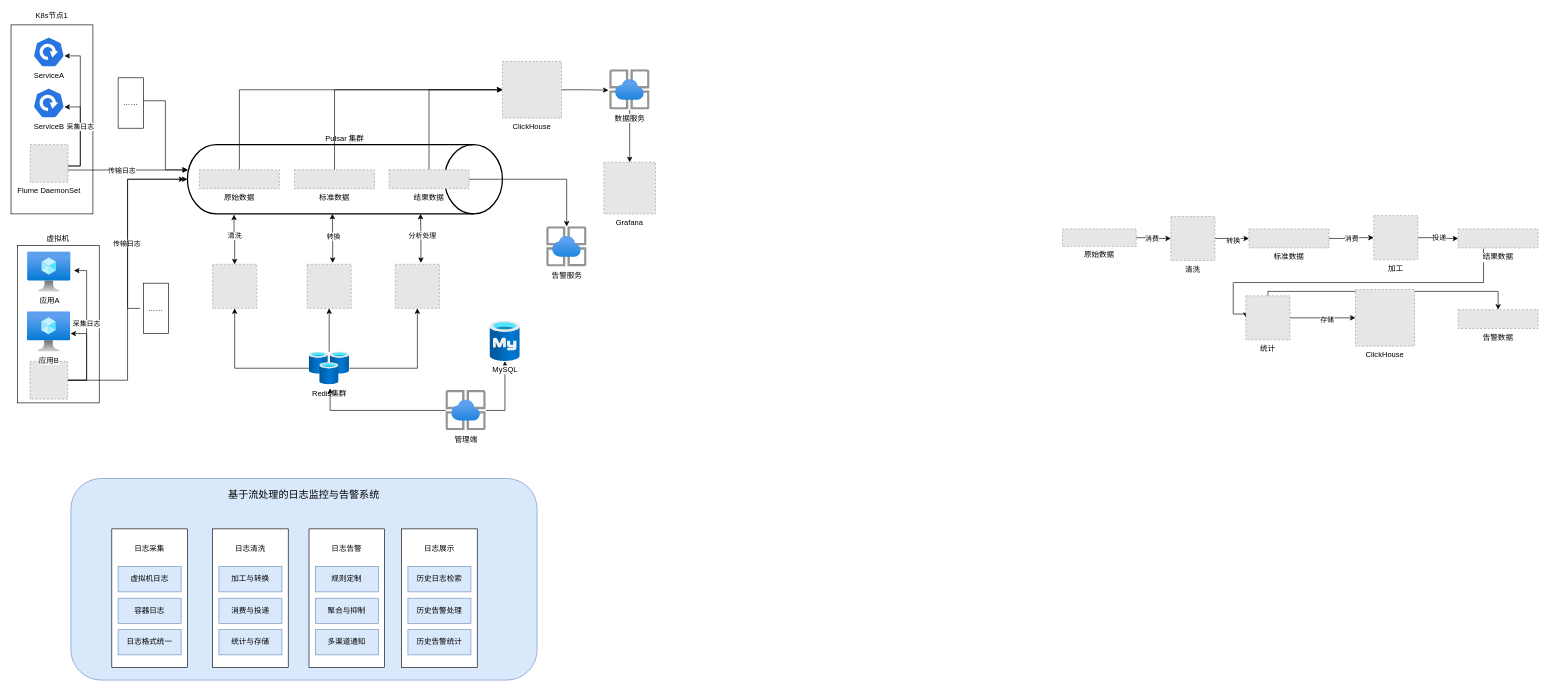
Earlier version of the draw.io diagram DrawIO/flume-pulsar-flink.drawio (LancePeng42/Pic-Bed). Source tidied: cells renumbered, new cells numbered last; positions are measured from the earlier drawing's top-left corner, leaving out a move shared by most shapes. Both pictures are drawn from the tidied source at 63%, with x=0, y=0 at pixel (11, 25). Pictures stored in the file or linked from it are replaced by grey dashed boxes.
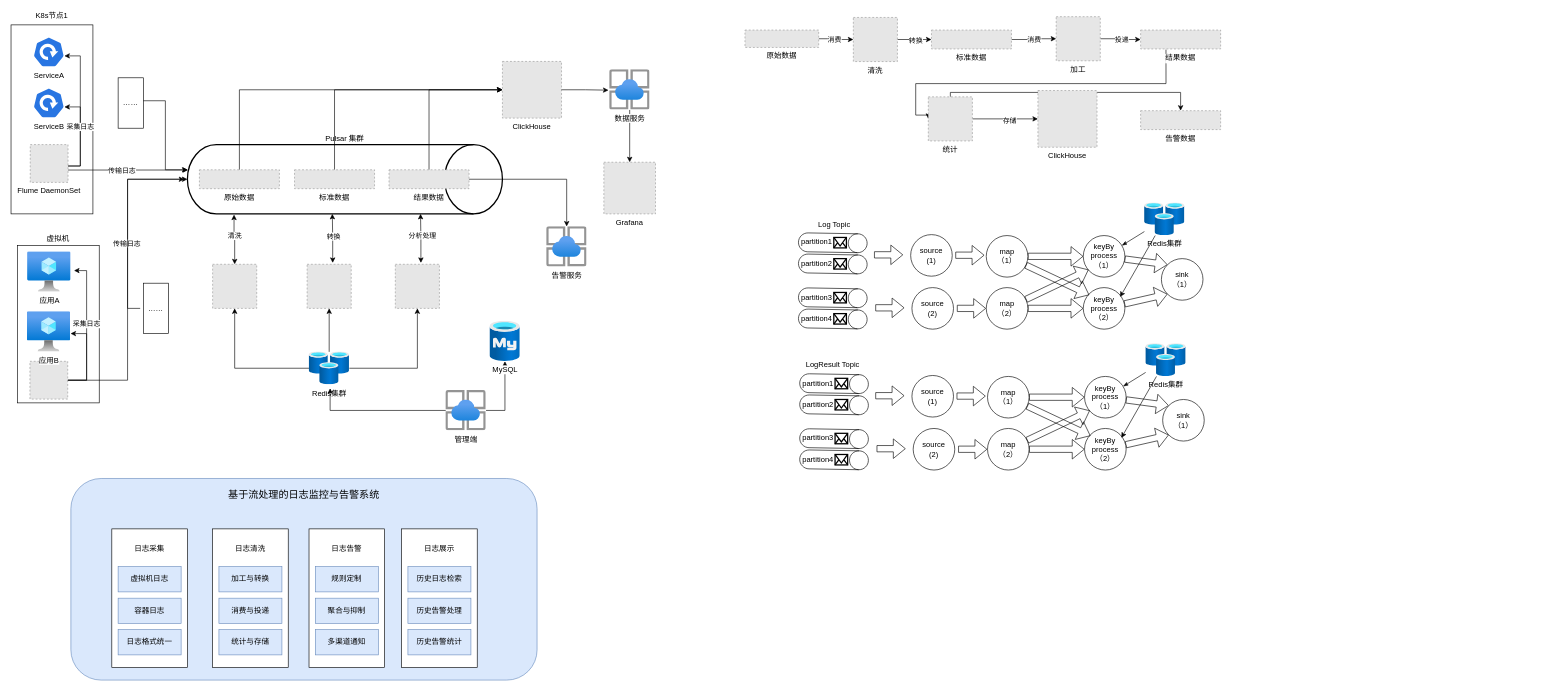
After the change.

What changed in the source:
```diff
@@
     <mxCell id="74" value="清洗" style="fillColor=#E6E6E6;strokeColor=#999999;dashed=1;verticalLabelPosition=bottom;labelBackgroundColor=default;verticalAlign=top;" parent="1" vertex="1">
-      <mxGeometry x="1841" y="304" width="70" height="70" as="geometry" />
+      <mxGeometry x="1337" y="-11.8" width="70" height="70" as="geometry" />
     </mxCell>
@@
     <mxCell id="77" value="原始数据" style="fillColor=#E6E6E6;strokeColor=#999999;dashed=1;verticalLabelPosition=bottom;labelBackgroundColor=default;verticalAlign=top;" parent="1" vertex="1">
-      <mxGeometry x="1669" y="324" width="117" height="27.6" as="geometry" />
+      <mxGeometry x="1165" y="8.2" width="117" height="27.6" as="geometry" />
     </mxCell>
@@
     <mxCell id="80" value="标准数据" style="fillColor=#E6E6E6;strokeColor=#999999;dashed=1;verticalLabelPosition=bottom;labelBackgroundColor=default;verticalAlign=top;" parent="1" vertex="1">
-      <mxGeometry x="1965" y="324" width="127" height="30" as="geometry" />
+      <mxGeometry x="1461" y="8.2" width="127" height="30" as="geometry" />
     </mxCell>
@@
     <mxCell id="83" value="加工" style="fillColor=#E6E6E6;strokeColor=#999999;dashed=1;verticalLabelPosition=bottom;labelBackgroundColor=default;verticalAlign=top;" parent="1" vertex="1">
-      <mxGeometry x="2163" y="302.8" width="70" height="70" as="geometry" />
+      <mxGeometry x="1659" y="-13" width="70" height="70" as="geometry" />
     </mxCell>
     <mxCell id="84" style="edgeStyle=orthogonalEdgeStyle;rounded=0;jettySize=auto;html=1;entryX=0;entryY=0.5;entryDx=0;entryDy=0;exitX=0.317;exitY=1.033;exitDx=0;exitDy=0;exitPerimeter=0;" parent="1" edge="1" source="85" target="89">
       <mxGeometry relative="1" as="geometry">
         <Array as="points">
-          <mxPoint x="2337" y="409" />
-          <mxPoint x="1940" y="409" />
-          <mxPoint x="1940" y="459" />
-          <mxPoint x="1960" y="459" />
+          <mxPoint x="1833" y="93.2" />
+          <mxPoint x="1436" y="93.2" />
+          <mxPoint x="1436" y="143.2" />
+          <mxPoint x="1456" y="143.2" />
         </Array>
       </mxGeometry>
     </mxCell>
     <mxCell id="85" value="结果数据" style="fillColor=#E6E6E6;strokeColor=#999999;dashed=1;verticalLabelPosition=bottom;labelBackgroundColor=default;verticalAlign=top;" parent="1" vertex="1">
-      <mxGeometry x="2297" y="324" width="127" height="30" as="geometry" />
+      <mxGeometry x="1793" y="8.2" width="127" height="30" as="geometry" />
     </mxCell>
@@
     <mxCell id="88" style="edgeStyle=orthogonalEdgeStyle;rounded=0;jettySize=auto;html=1;entryX=0.5;entryY=0;entryDx=0;entryDy=0;" parent="1" edge="1" source="89" target="91">
       <mxGeometry relative="1" as="geometry">
         <Array as="points">
-          <mxPoint x="1995" y="423" />
-          <mxPoint x="2361" y="423" />
+          <mxPoint x="1491" y="107.2" />
+          <mxPoint x="1857" y="107.2" />
         </Array>
       </mxGeometry>
     </mxCell>
     <mxCell id="89" value="统计" style="fillColor=#E6E6E6;strokeColor=#999999;dashed=1;verticalLabelPosition=bottom;labelBackgroundColor=default;verticalAlign=top;" parent="1" vertex="1">
-      <mxGeometry x="1960" y="430" width="70" height="70" as="geometry" />
+      <mxGeometry x="1456" y="114.2" width="70" height="70" as="geometry" />
     </mxCell>
     <mxCell id="90" value="ClickHouse" style="fillColor=#E6E6E6;strokeColor=#999999;dashed=1;verticalLabelPosition=bottom;labelBackgroundColor=default;verticalAlign=top;" parent="1" vertex="1">
-      <mxGeometry x="2134" y="420" width="93.8" height="90" as="geometry" />
+      <mxGeometry x="1630" y="104.2" width="93.8" height="90" as="geometry" />
     </mxCell>
     <mxCell id="91" value="告警数据" style="fillColor=#E6E6E6;strokeColor=#999999;dashed=1;verticalLabelPosition=bottom;labelBackgroundColor=default;verticalAlign=top;" parent="1" vertex="1">
-      <mxGeometry x="2297" y="452" width="127" height="30" as="geometry" />
+      <mxGeometry x="1793" y="136.2" width="127" height="30" as="geometry" />
     </mxCell>
+    <mxCell id="92" style="shape=cylinder3;whiteSpace=wrap;html=1;boundedLbl=1;backgroundOutline=1;size=15;rotation=91;" parent="1" vertex="1">
+      <mxGeometry x="1289.4" y="291.4" width="30" height="109" as="geometry" />
+    </mxCell>
+    <mxCell id="93" style="shape=flexArrow;endArrow=classic;html=1;rounded=0;" parent="1" edge="1">
+      <mxGeometry relative="1" as="geometry">
+        <mxPoint x="1370" y="365" as="sourcePoint" />
+        <mxPoint x="1416" y="365" as="targetPoint" />
+      </mxGeometry>
+    </mxCell>
+    <mxCell id="94" value="source&lt;br&gt;(1)" style="ellipse;whiteSpace=wrap;html=1;" parent="1" vertex="1">
+      <mxGeometry x="1428" y="332.9" width="66" height="66" as="geometry" />
+    </mxCell>
+    <mxCell id="95" style="html=1;verticalLabelPosition=bottom;align=center;labelBackgroundColor=#ffffff;verticalAlign=top;strokeWidth=2;strokeColor=#000000;shadow=0;dashed=0;shape=mxgraph.ios7.icons.mail;" parent="1" vertex="1">
+      <mxGeometry x="1306" y="337.4" width="20" height="16.6" as="geometry" />
+    </mxCell>
+    <mxCell id="96" value="partition1" style="text;html=1;strokeColor=none;fillColor=none;align=center;verticalAlign=middle;whiteSpace=wrap;rounded=0;" parent="1" vertex="1">
+      <mxGeometry x="1259" y="337.4" width="40" height="16" as="geometry" />
+    </mxCell>
+    <mxCell id="97" style="shape=cylinder3;whiteSpace=wrap;html=1;boundedLbl=1;backgroundOutline=1;size=15;rotation=91;" parent="1" vertex="1">
+      <mxGeometry x="1289.4" y="325" width="30" height="109" as="geometry" />
+    </mxCell>
+    <mxCell id="98" style="html=1;verticalLabelPosition=bottom;align=center;labelBackgroundColor=#ffffff;verticalAlign=top;strokeWidth=2;strokeColor=#000000;shadow=0;dashed=0;shape=mxgraph.ios7.icons.mail;" parent="1" vertex="1">
+      <mxGeometry x="1306" y="371" width="20" height="16.6" as="geometry" />
+    </mxCell>
+    <mxCell id="99" value="partition2" style="text;html=1;strokeColor=none;fillColor=none;align=center;verticalAlign=middle;whiteSpace=wrap;rounded=0;" parent="1" vertex="1">
+      <mxGeometry x="1259" y="371" width="40" height="16" as="geometry" />
+    </mxCell>
+    <mxCell id="100" value="Log Topic" style="text;html=1;strokeColor=none;fillColor=none;align=center;verticalAlign=middle;whiteSpace=wrap;rounded=0;" parent="1" vertex="1">
+      <mxGeometry x="1277" y="303" width="60" height="30" as="geometry" />
+    </mxCell>
+    <mxCell id="101" style="shape=cylinder3;whiteSpace=wrap;html=1;boundedLbl=1;backgroundOutline=1;size=15;rotation=91;" parent="1" vertex="1">
+      <mxGeometry x="1289.4" y="378.7" width="30" height="109" as="geometry" />
+    </mxCell>
+    <mxCell id="102" style="html=1;verticalLabelPosition=bottom;align=center;labelBackgroundColor=#ffffff;verticalAlign=top;strokeWidth=2;strokeColor=#000000;shadow=0;dashed=0;shape=mxgraph.ios7.icons.mail;" parent="1" vertex="1">
+      <mxGeometry x="1306" y="424.7" width="20" height="16.6" as="geometry" />
+    </mxCell>
+    <mxCell id="103" value="partition3" style="text;html=1;strokeColor=none;fillColor=none;align=center;verticalAlign=middle;whiteSpace=wrap;rounded=0;" parent="1" vertex="1">
+      <mxGeometry x="1259" y="424.7" width="40" height="16" as="geometry" />
+    </mxCell>
+    <mxCell id="104" style="shape=cylinder3;whiteSpace=wrap;html=1;boundedLbl=1;backgroundOutline=1;size=15;rotation=91;" parent="1" vertex="1">
+      <mxGeometry x="1289.4" y="412.3" width="30" height="109" as="geometry" />
+    </mxCell>
+    <mxCell id="105" style="html=1;verticalLabelPosition=bottom;align=center;labelBackgroundColor=#ffffff;verticalAlign=top;strokeWidth=2;strokeColor=#000000;shadow=0;dashed=0;shape=mxgraph.ios7.icons.mail;" parent="1" vertex="1">
+      <mxGeometry x="1306" y="458.3" width="20" height="16.6" as="geometry" />
+    </mxCell>
+    <mxCell id="106" value="partition4" style="text;html=1;strokeColor=none;fillColor=none;align=center;verticalAlign=middle;whiteSpace=wrap;rounded=0;" parent="1" vertex="1">
+      <mxGeometry x="1259" y="458.3" width="40" height="16" as="geometry" />
+    </mxCell>
+    <mxCell id="107" style="shape=flexArrow;endArrow=classic;html=1;rounded=0;" parent="1" edge="1">
+      <mxGeometry relative="1" as="geometry">
+        <mxPoint x="1372" y="449.1" as="sourcePoint" />
+        <mxPoint x="1418" y="449.1" as="targetPoint" />
+      </mxGeometry>
+    </mxCell>
+    <mxCell id="108" value="source&lt;br&gt;(2)" style="ellipse;whiteSpace=wrap;html=1;" parent="1" vertex="1">
+      <mxGeometry x="1430" y="417" width="66" height="66" as="geometry" />
+    </mxCell>
+    <mxCell id="109" style="edgeStyle=orthogonalEdgeStyle;rounded=0;jettySize=auto;html=1;entryX=0;entryY=0.5;entryDx=0;entryDy=0;shape=flexArrow;" parent="1" edge="1" source="110" target="117">
+      <mxGeometry relative="1" as="geometry" />
+    </mxCell>
+    <mxCell id="110" value="map&lt;br&gt;（1）" style="ellipse;whiteSpace=wrap;html=1;" parent="1" vertex="1">
+      <mxGeometry x="1548" y="334.4" width="66" height="66" as="geometry" />
+    </mxCell>
+    <mxCell id="111" style="edgeStyle=orthogonalEdgeStyle;rounded=0;jettySize=auto;html=1;entryX=0;entryY=0.5;entryDx=0;entryDy=0;shape=flexArrow;" parent="1" edge="1" source="112" target="119">
+      <mxGeometry relative="1" as="geometry" />
+    </mxCell>
+    <mxCell id="112" value="map&lt;br&gt;（2）" style="ellipse;whiteSpace=wrap;html=1;" parent="1" vertex="1">
+      <mxGeometry x="1548" y="417" width="66" height="66" as="geometry" />
+    </mxCell>
+    <mxCell id="113" style="shape=flexArrow;endArrow=classic;html=1;rounded=0;" parent="1" edge="1">
+      <mxGeometry relative="1" as="geometry">
+        <mxPoint x="1499" y="365.6" as="sourcePoint" />
+        <mxPoint x="1545" y="365.6" as="targetPoint" />
+      </mxGeometry>
+    </mxCell>
+    <mxCell id="114" style="shape=flexArrow;endArrow=classic;html=1;rounded=0;" parent="1" edge="1">
+      <mxGeometry relative="1" as="geometry">
+        <mxPoint x="1501.5" y="450" as="sourcePoint" />
+        <mxPoint x="1547.5" y="450" as="targetPoint" />
+      </mxGeometry>
+    </mxCell>
+    <mxCell id="115" style="rounded=0;jettySize=auto;html=1;entryX=0;entryY=0;entryDx=0;entryDy=0;shape=flexArrow;" parent="1" edge="1" source="117" target="122">
+      <mxGeometry relative="1" as="geometry" />
+    </mxCell>
+    <mxCell id="116" style="rounded=0;jettySize=auto;html=1;startArrow=classicThin;startFill=1;endArrow=none;endFill=0;" parent="1" edge="1" source="117" target="123">
+      <mxGeometry relative="1" as="geometry" />
+    </mxCell>
+    <mxCell id="117" value="keyBy&lt;br&gt;process&lt;br&gt;（1）" style="ellipse;whiteSpace=wrap;html=1;" parent="1" vertex="1">
+      <mxGeometry x="1702" y="334.4" width="66" height="66" as="geometry" />
+    </mxCell>
+    <mxCell id="118" style="rounded=0;jettySize=auto;html=1;entryX=0;entryY=1;entryDx=0;entryDy=0;shape=flexArrow;" parent="1" edge="1" source="119" target="122">
+      <mxGeometry relative="1" as="geometry" />
+    </mxCell>
+    <mxCell id="119" value="keyBy&lt;br&gt;process&lt;br&gt;（2）" style="ellipse;whiteSpace=wrap;html=1;" parent="1" vertex="1">
+      <mxGeometry x="1702" y="417" width="66" height="66" as="geometry" />
+    </mxCell>
+    <mxCell id="120" style="rounded=0;jettySize=auto;html=1;entryX=0.143;entryY=0.177;entryDx=0;entryDy=0;entryPerimeter=0;shape=flexArrow;" parent="1" edge="1" source="110" target="119">
+      <mxGeometry relative="1" as="geometry" />
+    </mxCell>
+    <mxCell id="121" style="rounded=0;jettySize=auto;html=1;entryX=0.127;entryY=0.821;entryDx=0;entryDy=0;entryPerimeter=0;shape=flexArrow;" parent="1" edge="1" source="112" target="117">
+      <mxGeometry relative="1" as="geometry" />
+    </mxCell>
+    <mxCell id="122" value="sink&lt;br&gt;（1）" style="ellipse;whiteSpace=wrap;html=1;" parent="1" vertex="1">
+      <mxGeometry x="1826" y="371" width="66" height="66" as="geometry" />
+    </mxCell>
+    <mxCell id="123" value="Redis集群" style="image;html=1;points=[];align=center;fontSize=12;image=img/lib/azure2/databases/Cache_Redis.svg;" parent="1" vertex="1">
+      <mxGeometry x="1799" y="282.4" width="64" height="52" as="geometry" />
+    </mxCell>
+    <mxCell id="124" style="rounded=0;jettySize=auto;html=1;entryX=0.886;entryY=0.225;entryDx=0;entryDy=0;entryPerimeter=0;" parent="1" edge="1" source="123" target="119">
+      <mxGeometry relative="1" as="geometry" />
+    </mxCell>
+    <mxCell id="125" style="shape=cylinder3;whiteSpace=wrap;html=1;boundedLbl=1;backgroundOutline=1;size=15;rotation=91;" parent="1" vertex="1">
+      <mxGeometry x="1291.4" y="515" width="30" height="109" as="geometry" />
+    </mxCell>
+    <mxCell id="126" style="shape=flexArrow;endArrow=classic;html=1;rounded=0;" parent="1" edge="1">
+      <mxGeometry relative="1" as="geometry">
+        <mxPoint x="1372" y="588.6" as="sourcePoint" />
+        <mxPoint x="1418" y="588.6" as="targetPoint" />
+      </mxGeometry>
+    </mxCell>
+    <mxCell id="127" value="source&lt;br&gt;(1)" style="ellipse;whiteSpace=wrap;html=1;" parent="1" vertex="1">
+      <mxGeometry x="1430" y="556.5" width="66" height="66" as="geometry" />
+    </mxCell>
+    <mxCell id="128" style="html=1;verticalLabelPosition=bottom;align=center;labelBackgroundColor=#ffffff;verticalAlign=top;strokeWidth=2;strokeColor=#000000;shadow=0;dashed=0;shape=mxgraph.ios7.icons.mail;" parent="1" vertex="1">
+      <mxGeometry x="1308" y="561" width="20" height="16.6" as="geometry" />
+    </mxCell>
+    <mxCell id="129" value="partition1" style="text;html=1;strokeColor=none;fillColor=none;align=center;verticalAlign=middle;whiteSpace=wrap;rounded=0;" parent="1" vertex="1">
+      <mxGeometry x="1261" y="561" width="40" height="16" as="geometry" />
+    </mxCell>
+    <mxCell id="130" style="shape=cylinder3;whiteSpace=wrap;html=1;boundedLbl=1;backgroundOutline=1;size=15;rotation=91;" parent="1" vertex="1">
+      <mxGeometry x="1291.4" y="548.6" width="30" height="109" as="geometry" />
+    </mxCell>
+    <mxCell id="131" style="html=1;verticalLabelPosition=bottom;align=center;labelBackgroundColor=#ffffff;verticalAlign=top;strokeWidth=2;strokeColor=#000000;shadow=0;dashed=0;shape=mxgraph.ios7.icons.mail;" parent="1" vertex="1">
+      <mxGeometry x="1308" y="594.6" width="20" height="16.6" as="geometry" />
+    </mxCell>
+    <mxCell id="132" value="partition2" style="text;html=1;strokeColor=none;fillColor=none;align=center;verticalAlign=middle;whiteSpace=wrap;rounded=0;" parent="1" vertex="1">
+      <mxGeometry x="1261" y="594.6" width="40" height="16" as="geometry" />
+    </mxCell>
+    <mxCell id="133" value="LogResult Topic" style="text;html=1;strokeColor=none;fillColor=none;align=center;verticalAlign=middle;whiteSpace=wrap;rounded=0;" parent="1" vertex="1">
+      <mxGeometry x="1249" y="524" width="111" height="30" as="geometry" />
+    </mxCell>
+    <mxCell id="134" style="shape=cylinder3;whiteSpace=wrap;html=1;boundedLbl=1;backgroundOutline=1;size=15;rotation=91;" parent="1" vertex="1">
+      <mxGeometry x="1291.4" y="602.3" width="30" height="109" as="geometry" />
+    </mxCell>
+    <mxCell id="135" style="html=1;verticalLabelPosition=bottom;align=center;labelBackgroundColor=#ffffff;verticalAlign=top;strokeWidth=2;strokeColor=#000000;shadow=0;dashed=0;shape=mxgraph.ios7.icons.mail;" parent="1" vertex="1">
+      <mxGeometry x="1308" y="648.3" width="20" height="16.6" as="geometry" />
+    </mxCell>
+    <mxCell id="136" value="partition3" style="text;html=1;strokeColor=none;fillColor=none;align=center;verticalAlign=middle;whiteSpace=wrap;rounded=0;" parent="1" vertex="1">
+      <mxGeometry x="1261" y="648.3" width="40" height="16" as="geometry" />
+    </mxCell>
+    <mxCell id="137" style="shape=cylinder3;whiteSpace=wrap;html=1;boundedLbl=1;backgroundOutline=1;size=15;rotation=91;" parent="1" vertex="1">
+      <mxGeometry x="1291.4" y="635.9" width="30" height="109" as="geometry" />
+    </mxCell>
+    <mxCell id="138" style="html=1;verticalLabelPosition=bottom;align=center;labelBackgroundColor=#ffffff;verticalAlign=top;strokeWidth=2;strokeColor=#000000;shadow=0;dashed=0;shape=mxgraph.ios7.icons.mail;" parent="1" vertex="1">
+      <mxGeometry x="1308" y="681.9" width="20" height="16.6" as="geometry" />
+    </mxCell>
+    <mxCell id="139" value="partition4" style="text;html=1;strokeColor=none;fillColor=none;align=center;verticalAlign=middle;whiteSpace=wrap;rounded=0;" parent="1" vertex="1">
+      <mxGeometry x="1261" y="681.9" width="40" height="16" as="geometry" />
+    </mxCell>
+    <mxCell id="140" style="shape=flexArrow;endArrow=classic;html=1;rounded=0;" parent="1" edge="1">
+      <mxGeometry relative="1" as="geometry">
+        <mxPoint x="1374" y="672.7" as="sourcePoint" />
+        <mxPoint x="1420" y="672.7" as="targetPoint" />
+      </mxGeometry>
+    </mxCell>
+    <mxCell id="141" value="source&lt;br&gt;(2)" style="ellipse;whiteSpace=wrap;html=1;" parent="1" vertex="1">
+      <mxGeometry x="1432" y="640.6" width="66" height="66" as="geometry" />
+    </mxCell>
+    <mxCell id="142" style="edgeStyle=orthogonalEdgeStyle;rounded=0;jettySize=auto;html=1;entryX=0;entryY=0.5;entryDx=0;entryDy=0;shape=flexArrow;" parent="1" edge="1" source="143" target="150">
+      <mxGeometry relative="1" as="geometry" />
+    </mxCell>
+    <mxCell id="143" value="map&lt;br&gt;（1）" style="ellipse;whiteSpace=wrap;html=1;" parent="1" vertex="1">
+      <mxGeometry x="1550" y="558" width="66" height="66" as="geometry" />
+    </mxCell>
+    <mxCell id="144" style="edgeStyle=orthogonalEdgeStyle;rounded=0;jettySize=auto;html=1;entryX=0;entryY=0.5;entryDx=0;entryDy=0;shape=flexArrow;" parent="1" edge="1" source="145" target="152">
+      <mxGeometry relative="1" as="geometry" />
+    </mxCell>
+    <mxCell id="145" value="map&lt;br&gt;（2）" style="ellipse;whiteSpace=wrap;html=1;" parent="1" vertex="1">
+      <mxGeometry x="1550" y="640.6" width="66" height="66" as="geometry" />
+    </mxCell>
+    <mxCell id="146" style="shape=flexArrow;endArrow=classic;html=1;rounded=0;" parent="1" edge="1">
+      <mxGeometry relative="1" as="geometry">
+        <mxPoint x="1501" y="589.2" as="sourcePoint" />
+        <mxPoint x="1547" y="589.2" as="targetPoint" />
+      </mxGeometry>
+    </mxCell>
+    <mxCell id="147" style="shape=flexArrow;endArrow=classic;html=1;rounded=0;" parent="1" edge="1">
+      <mxGeometry relative="1" as="geometry">
+        <mxPoint x="1503.5" y="673.6" as="sourcePoint" />
+        <mxPoint x="1549.5" y="673.6" as="targetPoint" />
+      </mxGeometry>
+    </mxCell>
+    <mxCell id="148" style="rounded=0;jettySize=auto;html=1;entryX=0;entryY=0;entryDx=0;entryDy=0;shape=flexArrow;" parent="1" edge="1" source="150" target="155">
+      <mxGeometry relative="1" as="geometry" />
+    </mxCell>
+    <mxCell id="149" style="rounded=0;jettySize=auto;html=1;startArrow=classicThin;startFill=1;endArrow=none;endFill=0;" parent="1" edge="1" source="150" target="156">
+      <mxGeometry relative="1" as="geometry" />
+    </mxCell>
+    <mxCell id="150" value="keyBy&lt;br&gt;process&lt;br&gt;（1）" style="ellipse;whiteSpace=wrap;html=1;" parent="1" vertex="1">
+      <mxGeometry x="1704" y="558" width="66" height="66" as="geometry" />
+    </mxCell>
+    <mxCell id="151" style="rounded=0;jettySize=auto;html=1;entryX=0;entryY=1;entryDx=0;entryDy=0;shape=flexArrow;" parent="1" edge="1" source="152" target="155">
+      <mxGeometry relative="1" as="geometry" />
+    </mxCell>
+    <mxCell id="152" value="keyBy&lt;br&gt;process&lt;br&gt;（2）" style="ellipse;whiteSpace=wrap;html=1;" parent="1" vertex="1">
+      <mxGeometry x="1704" y="640.6" width="66" height="66" as="geometry" />
+    </mxCell>
+    <mxCell id="153" style="rounded=0;jettySize=auto;html=1;entryX=0.143;entryY=0.177;entryDx=0;entryDy=0;entryPerimeter=0;shape=flexArrow;" parent="1" edge="1" source="143" target="152">
+      <mxGeometry relative="1" as="geometry" />
+    </mxCell>
+    <mxCell id="154" style="rounded=0;jettySize=auto;html=1;entryX=0.127;entryY=0.821;entryDx=0;entryDy=0;entryPerimeter=0;shape=flexArrow;" parent="1" edge="1" source="145" target="150">
+      <mxGeometry relative="1" as="geometry" />
+    </mxCell>
+    <mxCell id="155" value="sink&lt;br&gt;（1）" style="ellipse;whiteSpace=wrap;html=1;" parent="1" vertex="1">
+      <mxGeometry x="1828" y="594.6" width="66" height="66" as="geometry" />
+    </mxCell>
+    <mxCell id="156" value="Redis集群" style="image;html=1;points=[];align=center;fontSize=12;image=img/lib/azure2/databases/Cache_Redis.svg;" parent="1" vertex="1">
+      <mxGeometry x="1801" y="506" width="64" height="52" as="geometry" />
+    </mxCell>
+    <mxCell id="157" style="rounded=0;jettySize=auto;html=1;entryX=0.886;entryY=0.225;entryDx=0;entryDy=0;entryPerimeter=0;" parent="1" edge="1" source="156" target="152">
+      <mxGeometry relative="1" as="geometry" />
+    </mxCell>
```
